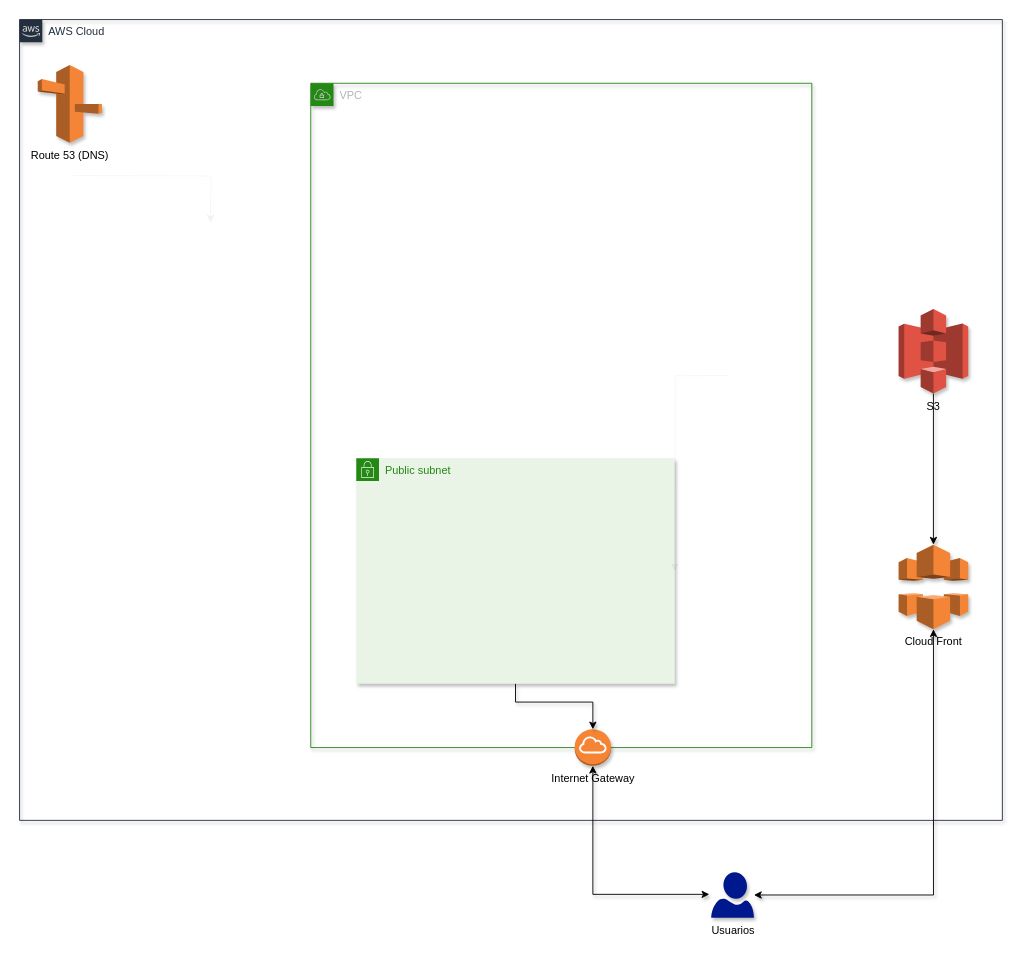
Before: page "add vpc" (2 of 2) of Proyecto.drawio in BeduDI/AWS-Cloud-Foundations, a draw.io diagram. Source tidied: cells renumbered, new cells numbered last; positions are measured from the earlier drawing's top-left corner, leaving out a move shared by most shapes. Both pictures are drawn from the tidied source at 91%, with x=0, y=0 at pixel (19, 19).
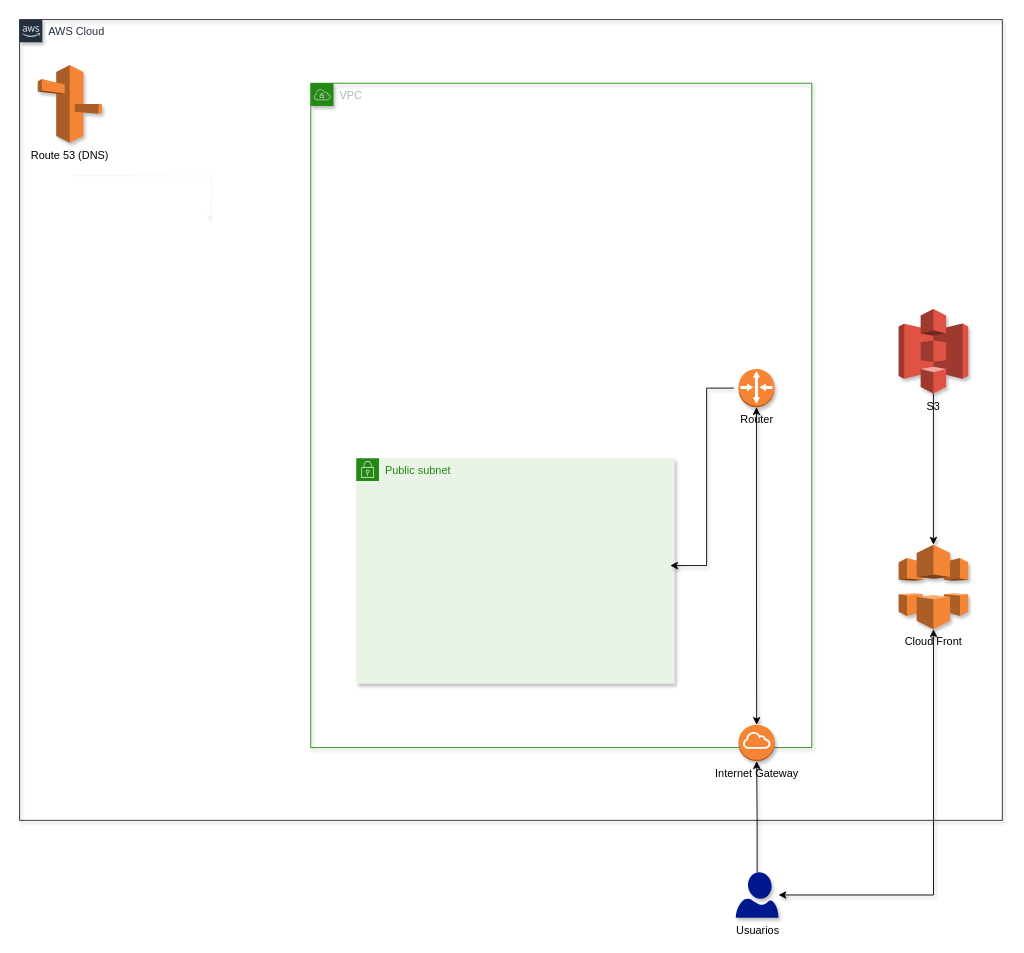
Above is the later version.

Unchanged cells that the change refers to:
```xml
<mxCell id="4" value="Public subnet" style="points=[[0,0],[0.25,0],[0.5,0],[0.75,0],[1,0],[1,0.25],[1,0.5],[1,0.75],[1,1],[0.75,1],[0.5,1],[0.25,1],[0,1],[0,0.75],[0,0.5],[0,0.25]];outlineConnect=0;gradientColor=none;html=1;whiteSpace=wrap;fontSize=12;fontStyle=0;shape=mxgraph.aws4.group;grIcon=mxgraph.aws4.group_security_group;grStroke=0;strokeColor=#248814;fillColor=#E9F3E6;verticalAlign=top;align=left;spacingLeft=30;fontColor=#248814;dashed=0;shadow=1;" parent="1" vertex="1">
  <mxGeometry x="370" y="482" width="350" height="248" as="geometry" />
</mxCell>
```

What changed in the source:
```diff
@@
-    <mxCell id="7" style="edgeStyle=orthogonalEdgeStyle;rounded=0;jettySize=auto;html=1;entryX=-0.043;entryY=0.486;entryDx=0;entryDy=0;entryPerimeter=0;fontSize=9;startArrow=classic;startFill=1;shadow=1;" parent="1" edge="1" source="8" target="10">
-      <mxGeometry relative="1" as="geometry">
-        <Array as="points">
-          <mxPoint x="630" y="961" />
-          <mxPoint x="758" y="961" />
-        </Array>
-      </mxGeometry>
-    </mxCell>
+    <mxCell id="16" style="edgeStyle=orthogonalEdgeStyle;rounded=0;orthogonalLoop=1;jettySize=auto;html=1;shadow=1;exitX=0;exitY=0.5;exitDx=0;exitDy=0;exitPerimeter=0;" parent="1" edge="1">
+      <mxGeometry relative="1" as="geometry">
+        <mxPoint x="785" y="405" as="sourcePoint" />
+        <mxPoint x="715" y="600" as="targetPoint" />
+        <Array as="points">
+          <mxPoint x="755" y="405" />
+          <mxPoint x="755" y="600" />
+        </Array>
+      </mxGeometry>
+    </mxCell>
+    <mxCell id="17" style="edgeStyle=orthogonalEdgeStyle;rounded=0;comic=0;sketch=0;jettySize=auto;html=1;shadow=1;strokeWidth=1;startArrow=classic;startFill=1;" parent="1" edge="1" source="18" target="8">
+      <mxGeometry relative="1" as="geometry" />
+    </mxCell>
+    <mxCell id="18" value="Router" style="outlineConnect=0;dashed=0;verticalLabelPosition=bottom;verticalAlign=top;align=center;html=1;shape=mxgraph.aws3.router;fillColor=#F58534;gradientColor=none;shadow=1;" parent="1" vertex="1">
+      <mxGeometry x="790" y="384" width="39.5" height="42" as="geometry" />
+    </mxCell>
     <mxCell id="8" value="Internet Gateway" style="outlineConnect=0;dashed=0;verticalLabelPosition=bottom;verticalAlign=top;align=center;html=1;shape=mxgraph.aws3.internet_gateway;fillColor=#F58534;gradientColor=none;shadow=1;" parent="1" vertex="1">
-      <mxGeometry x="610" y="780" width="40" height="40" as="geometry" />
+      <mxGeometry x="790" y="775" width="40" height="40" as="geometry" />
     </mxCell>
@@
+    <mxCell id="19" style="edgeStyle=orthogonalEdgeStyle;rounded=0;comic=0;sketch=0;jettySize=auto;html=1;shadow=1;strokeWidth=1;" parent="1" edge="1" source="10" target="8">
+      <mxGeometry relative="1" as="geometry" />
+    </mxCell>
     <mxCell id="10" value="Usuarios" style="shadow=1;dashed=0;html=1;strokeColor=none;labelPosition=center;verticalLabelPosition=bottom;verticalAlign=top;align=center;fillColor=#00188D;shape=mxgraph.azure.user;" parent="1" vertex="1">
-      <mxGeometry x="760" y="937" width="47" height="50" as="geometry" />
+      <mxGeometry x="787" y="937" width="47" height="50" as="geometry" />
     </mxCell>
-    <mxCell id="11" style="edgeStyle=orthogonalEdgeStyle;rounded=0;jettySize=auto;html=1;fontSize=9;shadow=1;exitX=0.5;exitY=1;exitDx=0;exitDy=0;" parent="1" edge="1" source="4" target="8">
-      <mxGeometry relative="1" as="geometry">
-        <Array as="points">
-          <mxPoint x="545" y="750" />
-          <mxPoint x="630" y="750" />
-        </Array>
-      </mxGeometry>
-    </mxCell>
@@
-    <mxCell id="14" style="edgeStyle=orthogonalEdgeStyle;rounded=0;orthogonalLoop=1;jettySize=auto;html=1;shadow=1;sketch=0;fillOpacity=20;strokeOpacity=20;snapToPoint=0;fixDash=0;backgroundOutline=0;comic=0;opacity=20;" parent="1" edge="1">
-      <mxGeometry relative="1" as="geometry">
-        <mxPoint x="59" y="171.4" as="sourcePoint" />
-        <mxPoint x="209.7" y="223" as="targetPoint" />
-      </mxGeometry>
-    </mxCell>
-    <mxCell id="15" style="edgeStyle=orthogonalEdgeStyle;rounded=0;orthogonalLoop=1;jettySize=auto;html=1;shadow=1;sketch=0;fillOpacity=20;strokeOpacity=20;snapToPoint=0;fixDash=0;backgroundOutline=0;comic=0;opacity=20;" parent="1" edge="1">
-      <mxGeometry relative="1" as="geometry">
-        <mxPoint x="780" y="391" as="sourcePoint" />
-        <mxPoint x="720" y="606" as="targetPoint" />
-      </mxGeometry>
-    </mxCell>
+    <mxCell id="20" style="edgeStyle=orthogonalEdgeStyle;rounded=0;orthogonalLoop=1;jettySize=auto;html=1;shadow=1;sketch=0;fillOpacity=20;strokeOpacity=20;snapToPoint=0;fixDash=0;backgroundOutline=0;comic=0;opacity=20;" parent="1" edge="1">
+      <mxGeometry relative="1" as="geometry">
+        <mxPoint x="59" y="171.4" as="sourcePoint" />
+        <mxPoint x="209.7" y="223" as="targetPoint" />
+      </mxGeometry>
+    </mxCell>
```
